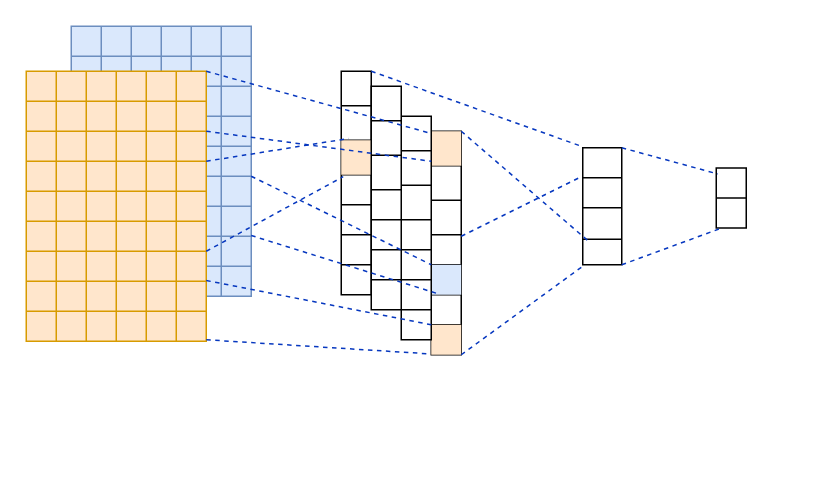
This is 未命名绘图.drawio from DOLO520/data-analysis, a draw.io file, before an edit. Source tidied: cells renumbered, new cells numbered last; positions are measured from the earlier drawing's top-left corner, leaving out a move shared by most shapes. Both pictures are drawn from the tidied source at 150%, with x=0, y=0 at pixel (26, 26).
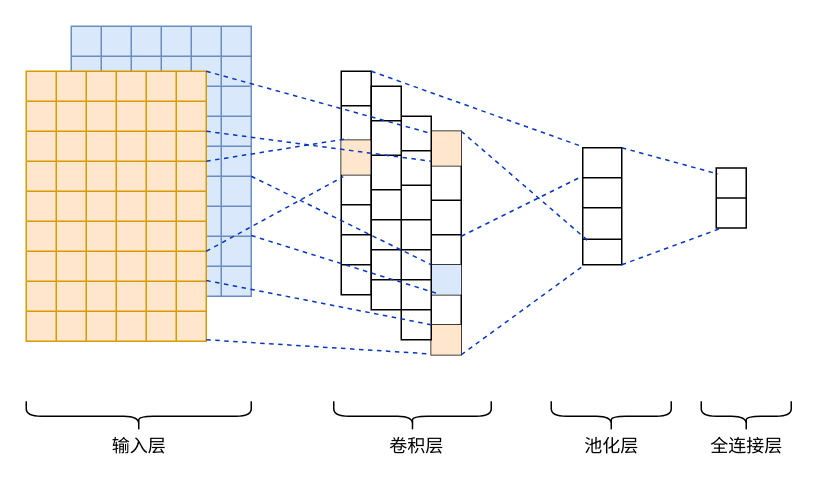
Above is the later version.

Commit message:
更新未命名绘图.drawio

What changed in the source:
```diff
@@
+    <mxCell id="218" style="shape=curlyBracket;whiteSpace=wrap;html=1;rounded=1;direction=north;" parent="1" vertex="1">
+      <mxGeometry y="250" width="150" height="20" as="geometry" />
+    </mxCell>
+    <mxCell id="219" style="shape=curlyBracket;whiteSpace=wrap;html=1;rounded=1;direction=north;" parent="1" vertex="1">
+      <mxGeometry x="205" y="250" width="105" height="20" as="geometry" />
+    </mxCell>
+    <mxCell id="220" style="shape=curlyBracket;whiteSpace=wrap;html=1;rounded=1;direction=north;" parent="1" vertex="1">
+      <mxGeometry x="350" y="250" width="80" height="20" as="geometry" />
+    </mxCell>
+    <mxCell id="221" style="shape=curlyBracket;whiteSpace=wrap;html=1;rounded=1;direction=north;" parent="1" vertex="1">
+      <mxGeometry x="450" y="250" width="60" height="20" as="geometry" />
+    </mxCell>
+    <mxCell id="222" value="输入层" style="text;html=1;align=center;verticalAlign=middle;" parent="1" vertex="1">
+      <mxGeometry x="50" y="270" width="50" height="20" as="geometry" />
+    </mxCell>
+    <mxCell id="223" value="卷积层" style="text;html=1;align=center;verticalAlign=middle;" parent="1" vertex="1">
+      <mxGeometry x="235" y="270" width="50" height="20" as="geometry" />
+    </mxCell>
+    <mxCell id="224" value="池化层" style="text;html=1;align=center;verticalAlign=middle;" parent="1" vertex="1">
+      <mxGeometry x="365" y="270" width="50" height="20" as="geometry" />
+    </mxCell>
+    <mxCell id="225" value="全连接层" style="text;html=1;align=center;verticalAlign=middle;" parent="1" vertex="1">
+      <mxGeometry x="450" y="270" width="60" height="20" as="geometry" />
+    </mxCell>
```
